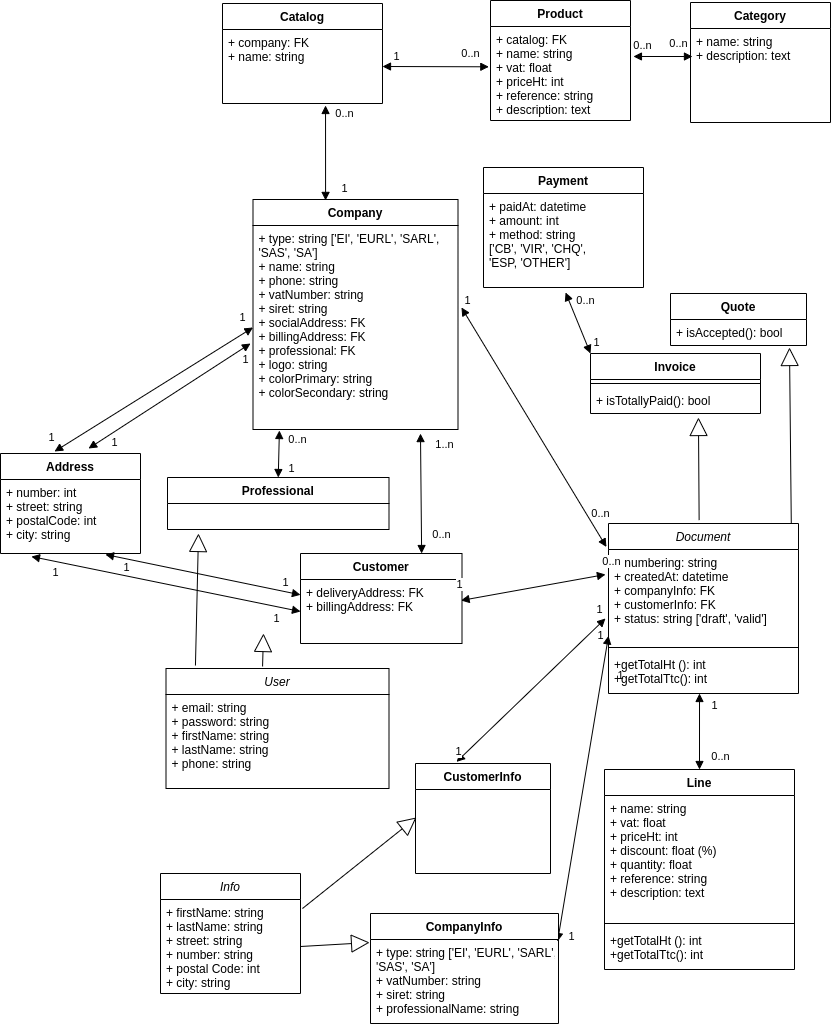
Before: documentation/uml-class-diagram.png, a diagram exported from draw.io (cedric816/symfacture). Source tidied: cells renumbered, new cells last; positions are measured from the earlier drawing's top-left corner, leaving out a move shared by most shapes.
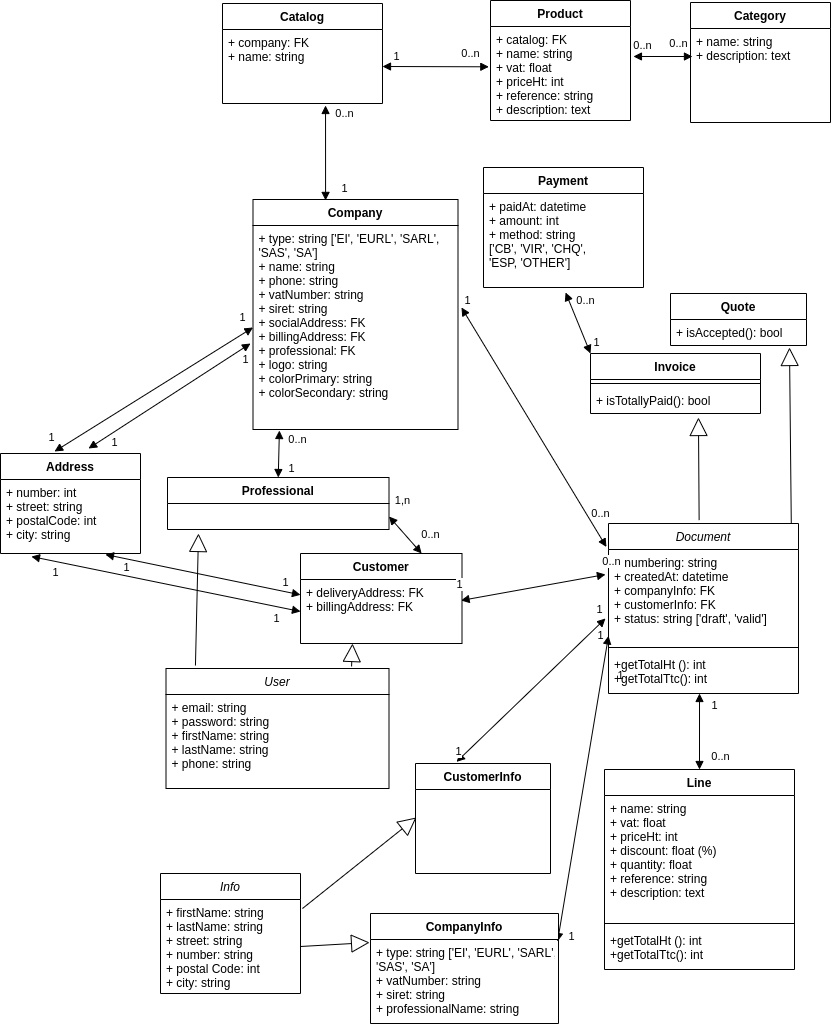
The same file after the commit.

What changed in the source:
```diff
@@ -52,9 +52,10 @@
         <mxPoint x="198" y="533" as="targetPoint" />
       </mxGeometry>
     </mxCell>
-    <mxCell id="18" style="endArrow=block;endSize=16;endFill=0;html=1;exitX=0.433;exitY=-0.017;exitDx=0;exitDy=0;exitPerimeter=0;" parent="1" edge="1" source="2">
+    <mxCell id="18" style="endArrow=block;endSize=16;endFill=0;html=1;exitX=0.433;exitY=-0.017;exitDx=0;exitDy=0;exitPerimeter=0;" parent="1" edge="1">
       <mxGeometry relative="1" as="geometry">
-        <mxPoint x="263" y="633" as="targetPoint" />
+        <mxPoint x="351.1" y="666" as="sourcePoint" />
+        <mxPoint x="352" y="643" as="targetPoint" />
       </mxGeometry>
     </mxCell>
     <mxCell id="19" style="endArrow=block;startArrow=block;endFill=1;startFill=1;html=1;entryX=0.354;entryY=0.004;entryDx=0;entryDy=0;entryPerimeter=0;exitX=0.644;exitY=1.027;exitDx=0;exitDy=0;exitPerimeter=0;" parent="1" edge="1" source="5" target="8">
@@ -324,16 +325,16 @@
         <mxPoint x="41" y="-21" as="offset" />
       </mxGeometry>
     </mxCell>
-    <mxCell id="86" style="endArrow=block;startArrow=block;endFill=1;startFill=1;html=1;exitX=0.817;exitY=1.02;exitDx=0;exitDy=0;exitPerimeter=0;entryX=0.75;entryY=0;entryDx=0;entryDy=0;" parent="1" edge="1" source="9" target="11">
+    <mxCell id="86" style="endArrow=block;startArrow=block;endFill=1;startFill=1;html=1;exitX=1;exitY=0.75;exitDx=0;exitDy=0;entryX=0.75;entryY=0;entryDx=0;entryDy=0;" parent="1" edge="1" source="10" target="11">
       <mxGeometry relative="1" as="geometry" />
     </mxCell>
     <mxCell id="87" value="0..n" style="edgeLabel;html=1;align=center;verticalAlign=middle;" parent="86" vertex="1">
       <mxGeometry x="-0.63" y="-1" relative="1" as="geometry">
-        <mxPoint x="21" y="78" as="offset" />
+        <mxPoint x="36" y="10" as="offset" />
       </mxGeometry>
     </mxCell>
-    <mxCell id="88" value="1..n" style="edgeLabel;html=1;align=center;verticalAlign=middle;" parent="1" vertex="1">
-      <mxGeometry x="430" y="473" as="geometry">
+    <mxCell id="88" value="1,n&lt;br&gt;" style="edgeLabel;html=1;align=center;verticalAlign=middle;" parent="1" vertex="1">
+      <mxGeometry x="388.5" y="529" as="geometry">
         <mxPoint x="13" y="-29" as="offset" />
       </mxGeometry>
     </mxCell>
```
